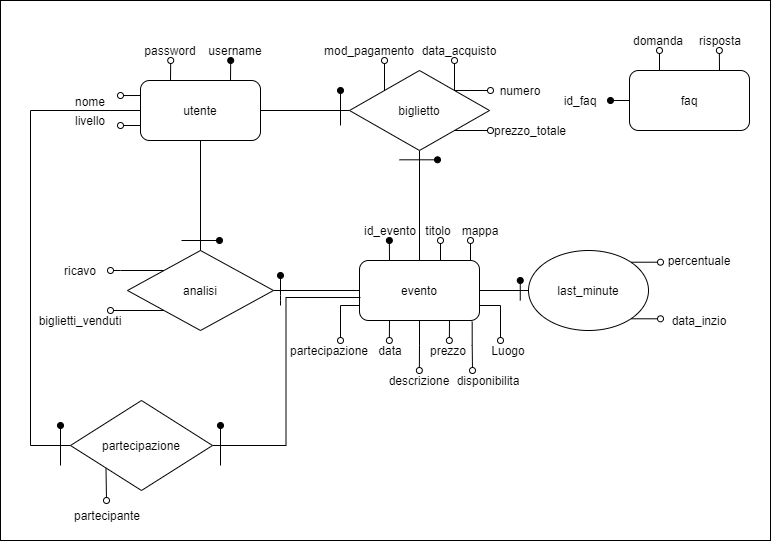
Before: schema-er.png, a diagram exported from draw.io (tottagiovanni/progetto_tecno_web). Source tidied: cells renumbered, new cells last; positions are measured from the earlier drawing's top-left corner, leaving out a move shared by most shapes.
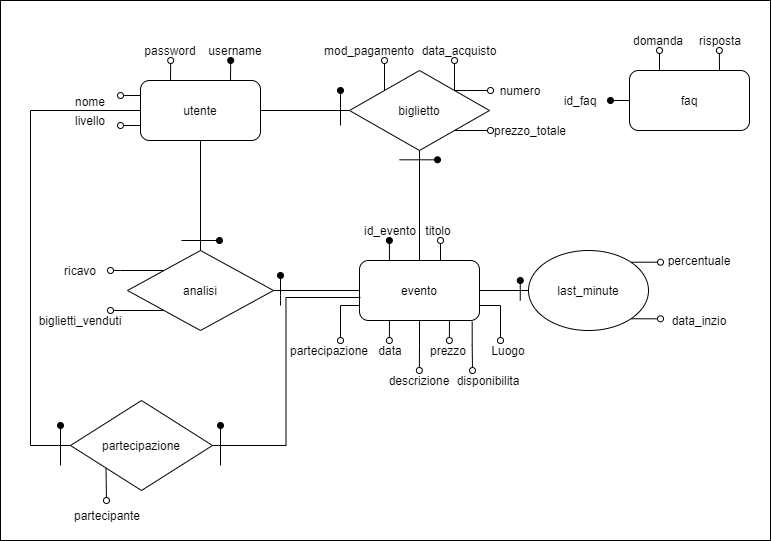
Later version of the same file.

Commit message:
Aggiornamento schema er e db mysql

The edit, as a diff of the source:
```diff
@@ -55,9 +55,6 @@
         </Array>
       </mxGeometry>
     </mxCell>
-    <mxCell id="12" style="edgeStyle=orthogonalEdgeStyle;rounded=0;jettySize=auto;html=1;exitX=0.75;exitY=0;exitDx=0;exitDy=0;entryX=0.25;entryY=1;entryDx=0;entryDy=0;endArrow=oval;endFill=0;" parent="1" edge="1" source="13" target="67">
-      <mxGeometry relative="1" as="geometry" />
-    </mxCell>
     <mxCell id="13" value="evento" style="rounded=1;whiteSpace=wrap;html=1;" parent="1" vertex="1">
       <mxGeometry x="359" y="260" width="120" height="60" as="geometry" />
     </mxCell>
@@ -281,9 +278,6 @@
         </Array>
       </mxGeometry>
     </mxCell>
-    <mxCell id="67" value="mappa" style="text;html=1;strokeColor=none;fillColor=none;align=center;verticalAlign=middle;whiteSpace=wrap;rounded=0;" parent="1" vertex="1">
-      <mxGeometry x="460" y="220" width="40" height="20" as="geometry" />
-    </mxCell>
     <mxCell id="68" style="edgeStyle=orthogonalEdgeStyle;rounded=0;jettySize=auto;html=1;exitX=1;exitY=0.5;exitDx=0;exitDy=0;entryX=0.008;entryY=0.617;entryDx=0;entryDy=0;entryPerimeter=0;endArrow=none;endFill=0;" parent="1" edge="1" source="70" target="13">
       <mxGeometry relative="1" as="geometry" />
     </mxCell>
```
